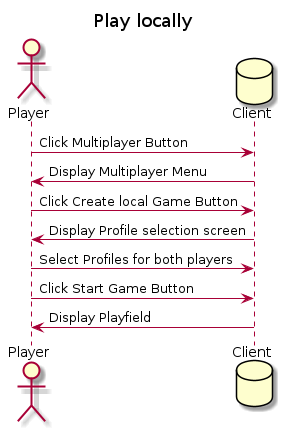
Earlier version of the PlantUML export docs/sequence_diagrams/play_locally.png (TINF21CS1/TicTacToeKojote). Its source is kept beside it as docs/sequence_diagrams/play_locally.puml.
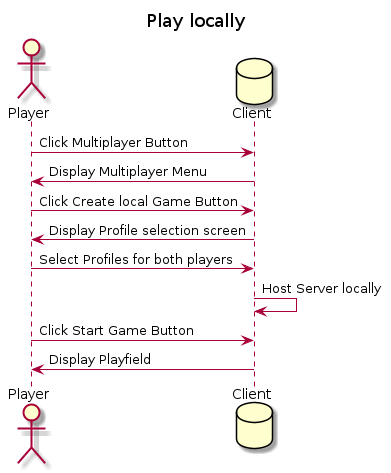
The same diagram one commit later.

Commit message:
added step to play_locally sequence diagram

What changed in the source:
```diff
@@ -9,6 +9,7 @@
 p->Client: Click Create local Game Button
 Client->p: Display Profile selection screen
 p->Client: Select Profiles for both players
+Client->Client: Host Server locally
 p->Client: Click Start Game Button
 Client->p: Display Playfield
 
```
